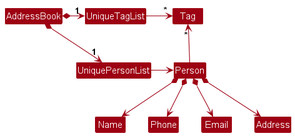
nus-cs2103-AY2425S1/tp keeps this PlantUML diagram as docs/images/BetterModelClassDiagram.png. Above is the earlier version.
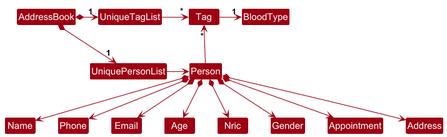
The same file after the commit.

Commit message:
Add multiplicities for class diagram

What changed in the source:
```diff
@@ -6,10 +6,12 @@
 
 AddressBook *-right-> "1" UniquePersonList
 AddressBook *-right-> "1" UniqueTagList
+
 UniqueTagList -[hidden]down- UniquePersonList
 UniqueTagList -[hidden]down- UniquePersonList
 
 UniqueTagList -right-> "*" Tag
+Tag -right-> "1" BloodType
 UniquePersonList -right-> Person
 
 Person -up-> "*" Tag
@@ -17,5 +19,10 @@
 Person *--> Name
 Person *--> Phone
 Person *--> Email
+Person *--> Age
+Person *--> Nric
+Person *--> Gender
+Person *--> Appointment
 Person *--> Address
+
 @enduml
```
